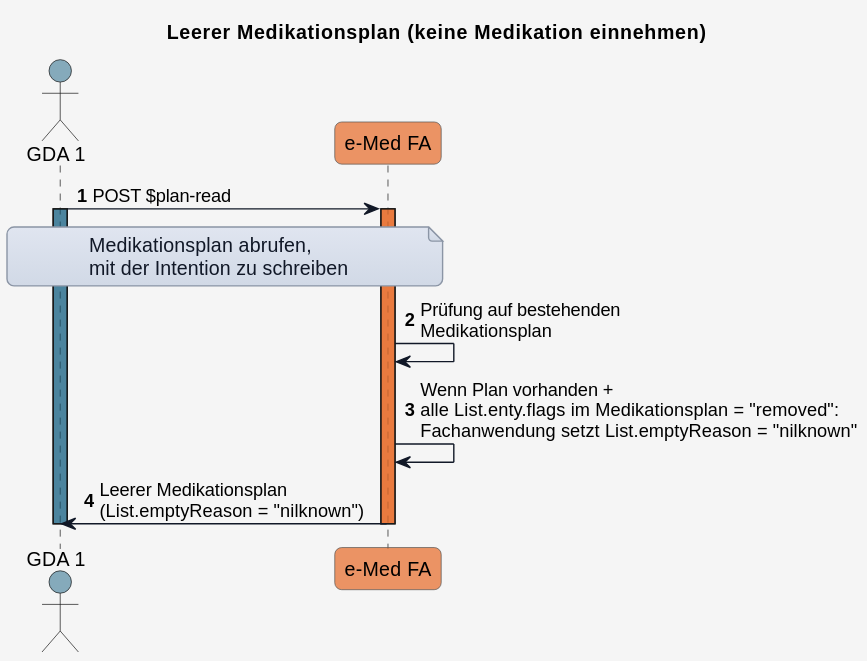
Before: r4-ELGA-e-Medikation-main/plantuml/UC_eMed_06_02.svg, a diagram exported from PlantUML (HL7Austria/hl7austria.github.io).
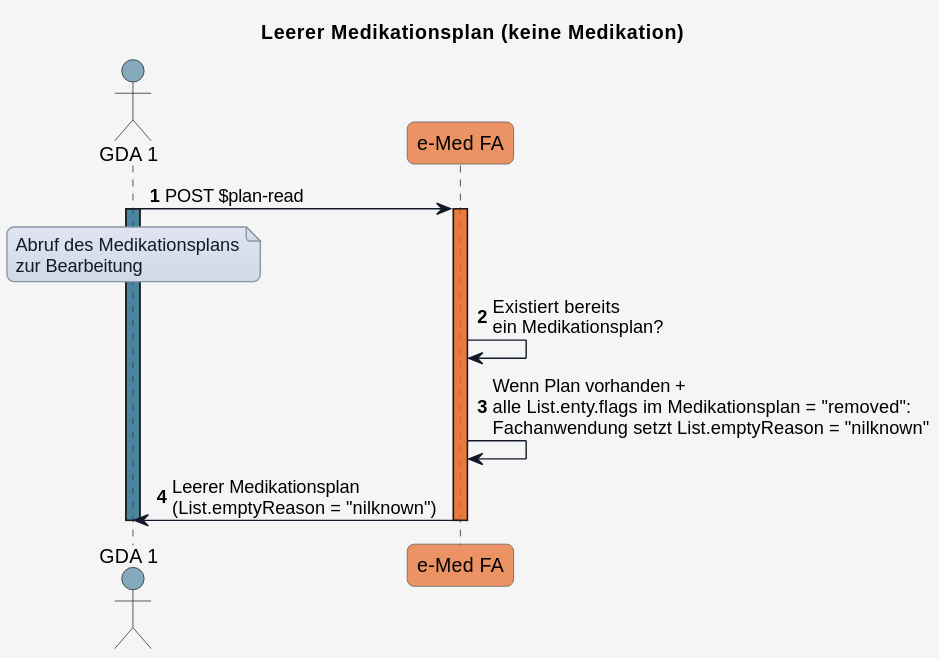
Above is the later version.

Change to the diagram source:
```diff
@@ -1,5 +1,5 @@
 @startuml
-title Leerer Medikationsplan (keine Medikation einnehmen)
+title Leerer Medikationsplan (keine Medikation)
 
 
 skinparam borderColor #000000
@@ -7,7 +7,6 @@
 skinparam shadowing false
 skinparam roundCorner 10
 skinparam defaultFontName "Arial"
-skinparam defaultFontSize 14
 skinparam defaultFontColor #000000
 skinparam HyperlinkColor #0000EE
 skinparam HyperlinkUnderline false
@@ -57,13 +56,13 @@
 GDA_1 -> eMed_FA: POST $plan-read
 activate GDA_1 COLOR_GDA_1
 
-note over GDA_1, eMed_FA
-Medikationsplan abrufen,
-mit der Intention zu schreiben
+note over GDA_1
+Abruf des Medikationsplans
+zur Bearbeitung
 end note
 
 activate eMed_FA COLOR_EMED_FA
-eMed_FA -> eMed_FA: Prüfung auf bestehenden\nMedikationsplan
+eMed_FA -> eMed_FA: Existiert bereits\nein Medikationsplan?
 
 eMed_FA -> eMed_FA: Wenn Plan vorhanden +\nalle List.enty.flags im Medikationsplan = "removed":\nFachanwendung setzt List.emptyReason = "nilknown"
 
```
